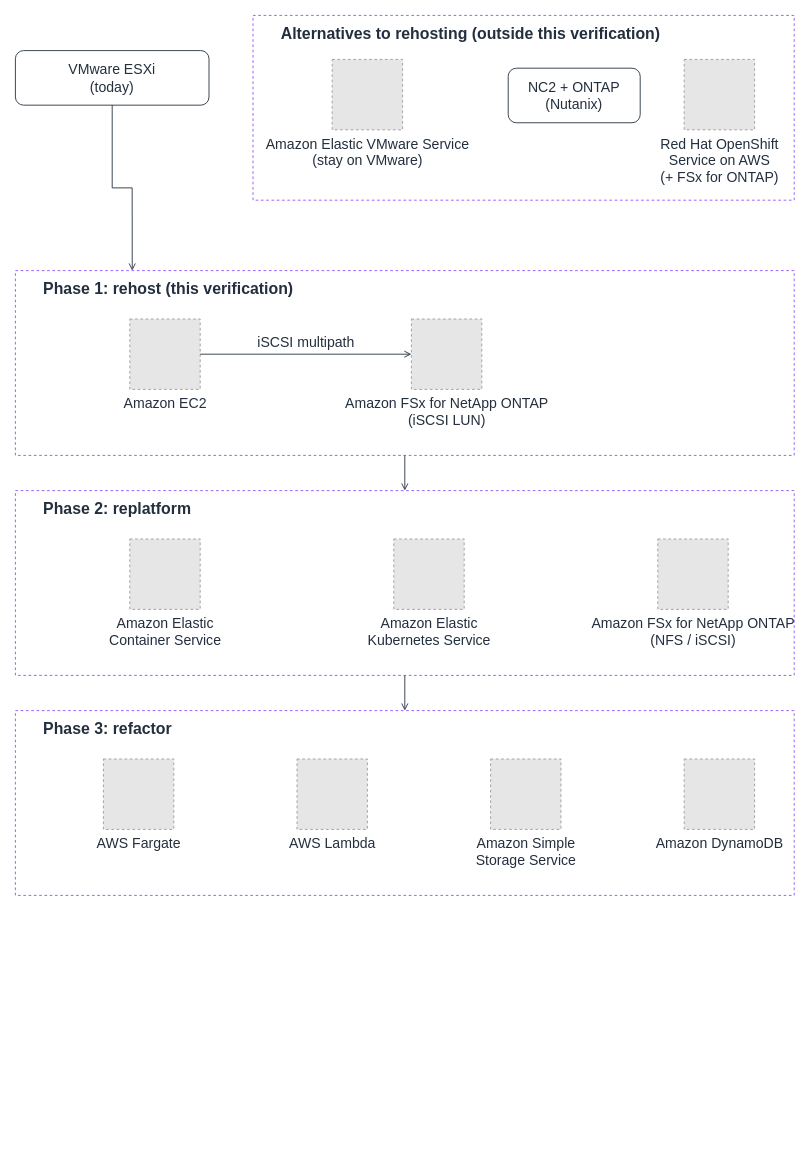
This is docs/_assets/diagrams/atx-fsxn-migration-journey-en.drawio from Yoshiki0705/VMware-Migration-EC2-ONTAP, a draw.io file, before an edit. Source tidied: cells renumbered, new cells numbered last; positions are measured from the earlier drawing's top-left corner, leaving out a move shared by most shapes. Both pictures are drawn from the tidied source at 88%, with x=0, y=0 at pixel (15, 15). Pictures stored in the file or linked from it are replaced by grey dashed boxes.
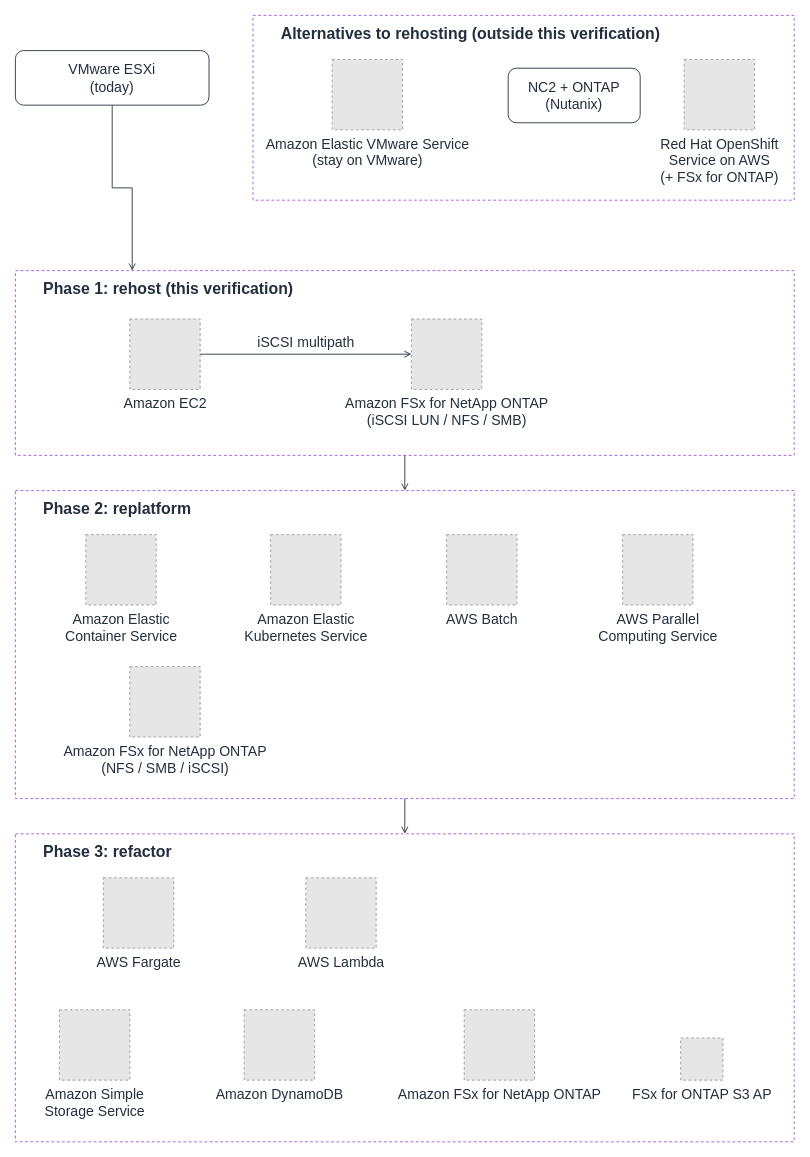
After the change.

Commit message (it also covers changes not shown here):
docs: add the protocols and services each journey phase can reach

Diff of the diagram source:
```diff
@@
     <mxCell id="4" value="Phase 2: replatform" style="points=[[0,0],[0.25,0],[0.5,0],[0.75,0],[1,0],[1,0.25],[1,0.5],[1,0.75],[1,1],[0.75,1],[0.5,1],[0.25,1],[0,1],[0,0.75],[0,0.5],[0,0.25]];outlineConnect=0;gradientColor=none;html=1;whiteSpace=wrap;fontSize=18;fontStyle=1;fontColor=#232F3E;shape=mxgraph.aws4.group;strokeColor=#8C4FFF;fillColor=none;verticalAlign=top;align=left;spacingLeft=30;spacingTop=4;dashed=1;" parent="1" vertex="1">
-      <mxGeometry y="540" width="885" height="210" as="geometry" />
+      <mxGeometry y="540" width="885" height="350" as="geometry" />
     </mxCell>
     <mxCell id="5" value="Phase 3: refactor" style="points=[[0,0],[0.25,0],[0.5,0],[0.75,0],[1,0],[1,0.25],[1,0.5],[1,0.75],[1,1],[0.75,1],[0.5,1],[0.25,1],[0,1],[0,0.75],[0,0.5],[0,0.25]];outlineConnect=0;gradientColor=none;html=1;whiteSpace=wrap;fontSize=18;fontStyle=1;fontColor=#232F3E;shape=mxgraph.aws4.group;strokeColor=#8C4FFF;fillColor=none;verticalAlign=top;align=left;spacingLeft=30;spacingTop=4;dashed=1;" parent="1" vertex="1">
-      <mxGeometry y="790" width="885" height="210" as="geometry" />
+      <mxGeometry y="930" width="885" height="350" as="geometry" />
     </mxCell>
@@
-    <mxCell id="11" value="Amazon FSx for NetApp ONTAP&#10;(iSCSI LUN)" style="fillColor=#E6E6E6;strokeColor=#999999;dashed=1;html=1;verticalLabelPosition=bottom;verticalAlign=top;labelPosition=center;align=center;fontSize=16;fontColor=#232F3E;" parent="1" vertex="1">
+    <mxCell id="11" value="Amazon FSx for NetApp ONTAP&#10;(iSCSI LUN / NFS / SMB)" style="fillColor=#E6E6E6;strokeColor=#999999;dashed=1;html=1;verticalLabelPosition=bottom;verticalAlign=top;labelPosition=center;align=center;fontSize=16;fontColor=#232F3E;" parent="1" vertex="1">
       <mxGeometry x="450" y="345" width="80" height="80" as="geometry" />
     </mxCell>
     <mxCell id="12" value="Amazon Elastic&#10;Container Service" style="fillColor=#E6E6E6;strokeColor=#999999;dashed=1;html=1;verticalLabelPosition=bottom;verticalAlign=top;labelPosition=center;align=center;fontSize=16;fontColor=#232F3E;" parent="1" vertex="1">
-      <mxGeometry x="130" y="595" width="80" height="80" as="geometry" />
+      <mxGeometry x="80" y="590" width="80" height="80" as="geometry" />
     </mxCell>
     <mxCell id="13" value="Amazon Elastic&#10;Kubernetes Service" style="fillColor=#E6E6E6;strokeColor=#999999;dashed=1;html=1;verticalLabelPosition=bottom;verticalAlign=top;labelPosition=center;align=center;fontSize=16;fontColor=#232F3E;" parent="1" vertex="1">
-      <mxGeometry x="430" y="595" width="80" height="80" as="geometry" />
+      <mxGeometry x="290" y="590" width="80" height="80" as="geometry" />
     </mxCell>
+    <mxCell id="23" value="AWS Batch" style="fillColor=#E6E6E6;strokeColor=#999999;dashed=1;html=1;verticalLabelPosition=bottom;verticalAlign=top;labelPosition=center;align=center;fontSize=16;fontColor=#232F3E;" parent="1" vertex="1">
+      <mxGeometry x="490" y="590" width="80" height="80" as="geometry" />
+    </mxCell>
+    <mxCell id="24" value="AWS Parallel&#10;Computing Service" style="fillColor=#E6E6E6;strokeColor=#999999;dashed=1;html=1;verticalLabelPosition=bottom;verticalAlign=top;labelPosition=center;align=center;fontSize=16;fontColor=#232F3E;" parent="1" vertex="1">
+      <mxGeometry x="690" y="590" width="80" height="80" as="geometry" />
+    </mxCell>
-    <mxCell id="14" value="Amazon FSx for NetApp ONTAP&#10;(NFS / iSCSI)" style="fillColor=#E6E6E6;strokeColor=#999999;dashed=1;html=1;verticalLabelPosition=bottom;verticalAlign=top;labelPosition=center;align=center;fontSize=16;fontColor=#232F3E;" parent="1" vertex="1">
-      <mxGeometry x="730" y="595" width="80" height="80" as="geometry" />
+    <mxCell id="14" value="Amazon FSx for NetApp ONTAP&#10;(NFS / SMB / iSCSI)" style="fillColor=#E6E6E6;strokeColor=#999999;dashed=1;html=1;verticalLabelPosition=bottom;verticalAlign=top;labelPosition=center;align=center;fontSize=16;fontColor=#232F3E;" parent="1" vertex="1">
+      <mxGeometry x="130" y="740" width="80" height="80" as="geometry" />
     </mxCell>
     <mxCell id="15" value="AWS Fargate" style="fillColor=#E6E6E6;strokeColor=#999999;dashed=1;html=1;verticalLabelPosition=bottom;verticalAlign=top;labelPosition=center;align=center;fontSize=16;fontColor=#232F3E;" parent="1" vertex="1">
-      <mxGeometry x="100" y="845" width="80" height="80" as="geometry" />
+      <mxGeometry x="100" y="980" width="80" height="80" as="geometry" />
     </mxCell>
     <mxCell id="16" value="AWS Lambda" style="fillColor=#E6E6E6;strokeColor=#999999;dashed=1;html=1;verticalLabelPosition=bottom;verticalAlign=top;labelPosition=center;align=center;fontSize=16;fontColor=#232F3E;" parent="1" vertex="1">
-      <mxGeometry x="320" y="845" width="80" height="80" as="geometry" />
+      <mxGeometry x="330" y="980" width="80" height="80" as="geometry" />
     </mxCell>
     <mxCell id="17" value="Amazon Simple&#10;Storage Service" style="fillColor=#E6E6E6;strokeColor=#999999;dashed=1;html=1;verticalLabelPosition=bottom;verticalAlign=top;labelPosition=center;align=center;fontSize=16;fontColor=#232F3E;" parent="1" vertex="1">
-      <mxGeometry x="540" y="845" width="80" height="80" as="geometry" />
+      <mxGeometry x="50" y="1130" width="80" height="80" as="geometry" />
     </mxCell>
     <mxCell id="18" value="Amazon DynamoDB" style="fillColor=#E6E6E6;strokeColor=#999999;dashed=1;html=1;verticalLabelPosition=bottom;verticalAlign=top;labelPosition=center;align=center;fontSize=16;fontColor=#232F3E;" parent="1" vertex="1">
-      <mxGeometry x="760" y="845" width="80" height="80" as="geometry" />
+      <mxGeometry x="260" y="1130" width="80" height="80" as="geometry" />
     </mxCell>
+    <mxCell id="25" value="Amazon FSx for NetApp ONTAP" style="fillColor=#E6E6E6;strokeColor=#999999;dashed=1;html=1;verticalLabelPosition=bottom;verticalAlign=top;labelPosition=center;align=center;fontSize=16;fontColor=#232F3E;" parent="1" vertex="1">
+      <mxGeometry x="510" y="1130" width="80" height="80" as="geometry" />
+    </mxCell>
+    <mxCell id="26" value="FSx for ONTAP S3 AP" style="fillColor=#E6E6E6;strokeColor=#999999;dashed=1;html=1;verticalLabelPosition=bottom;verticalAlign=top;labelPosition=center;align=center;fontSize=16;fontColor=#232F3E;" parent="1" vertex="1">
+      <mxGeometry x="756" y="1162" width="48" height="48" as="geometry" />
+    </mxCell>
```
